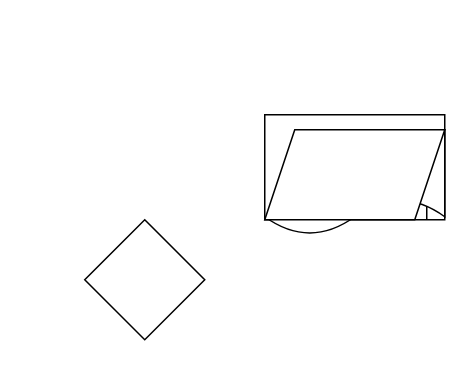
d6ren/image keeps this draw.io diagram as drawio/未命名绘图.drawio. Above is the earlier version. Source tidied: cells renumbered, new cells numbered last; positions are measured from the earlier drawing's top-left corner, leaving out a move shared by most shapes. Both pictures are drawn from the tidied source at 150%, with x=0, y=0 at pixel (84, 114).
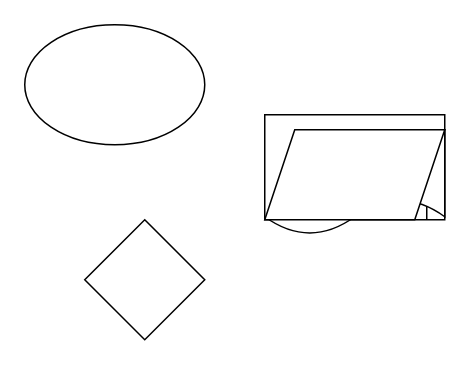
The same page after the edit.

Commit message:
更新未命名绘图.drawio

Diff of the diagram source:
```diff
@@
 <mxGraphModel>
   <root>
     <mxCell id="0" />
     <mxCell id="1" parent="0" />
     <mxCell id="2" style="shape=process;whiteSpace=wrap;html=1;backgroundOutline=1;" parent="1" vertex="1">
       <mxGeometry x="120" y="10" width="120" height="60" as="geometry" />
     </mxCell>
     <mxCell id="3" style="rhombus;whiteSpace=wrap;html=1;" parent="1" vertex="1">
       <mxGeometry y="70" width="80" height="80" as="geometry" />
     </mxCell>
     <mxCell id="4" style="shape=document;whiteSpace=wrap;html=1;boundedLbl=1;" parent="1" vertex="1">
       <mxGeometry x="120" width="120" height="80" as="geometry" />
     </mxCell>
     <mxCell id="5" style="shape=parallelogram;perimeter=parallelogramPerimeter;whiteSpace=wrap;html=1;fixedSize=1;" parent="1" vertex="1">
       <mxGeometry x="120" y="10" width="120" height="60" as="geometry" />
     </mxCell>
+    <mxCell id="6" style="ellipse;whiteSpace=wrap;html=1;" parent="1" vertex="1">
+      <mxGeometry x="-40" y="-60" width="120" height="80" as="geometry" />
+    </mxCell>
   </root>
 </mxGraphModel>
```
